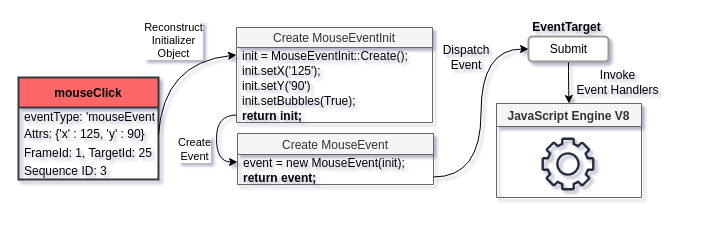
The draw.io diagram page "event-replayer" (5 of 6) of replay-diagrams.drawio in jallen89/jscapsule-figures, before the edit. Source tidied: cells renumbered, new cells numbered last; positions are measured from the earlier drawing's top-left corner, leaving out a move shared by most shapes. Both pictures are drawn from the tidied source at 100%, with x=0, y=0 at pixel (18, 17).
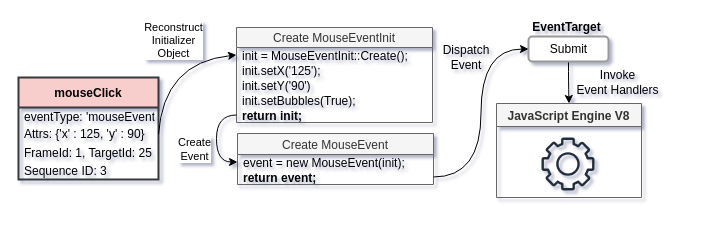
Above is the later version.

What changed in the source:
```diff
@@
-    <mxCell id="2" value="mouseClick" style="swimlane;fontStyle=1;horizontal=1;startSize=30;strokeColor=#36393d;strokeWidth=2;fillColor=#FF6666;" parent="1" vertex="1">
+    <mxCell id="2" value="mouseClick" style="swimlane;fontStyle=1;horizontal=1;startSize=30;strokeColor=#36393d;strokeWidth=2;fillColor=#F8CECC;" parent="1" vertex="1">
       <mxGeometry y="60" width="140" height="102" as="geometry" />
     </mxCell>
```
